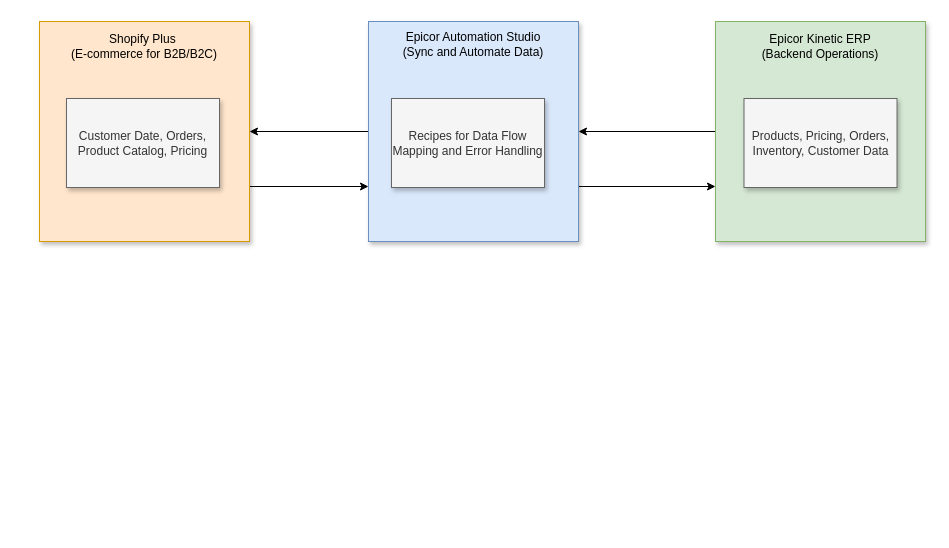
Before: Fluidra Project Diagrams.drawio in alexrsunrise/diagrams, a draw.io diagram. Source tidied: cells renumbered, new cells numbered last; positions are measured from the earlier drawing's top-left corner, leaving out a move shared by most shapes. Both pictures are drawn from the tidied source at 100%, with x=0, y=0 at pixel (39, 21). Pictures stored in the file or linked from it are replaced by grey dashed boxes.
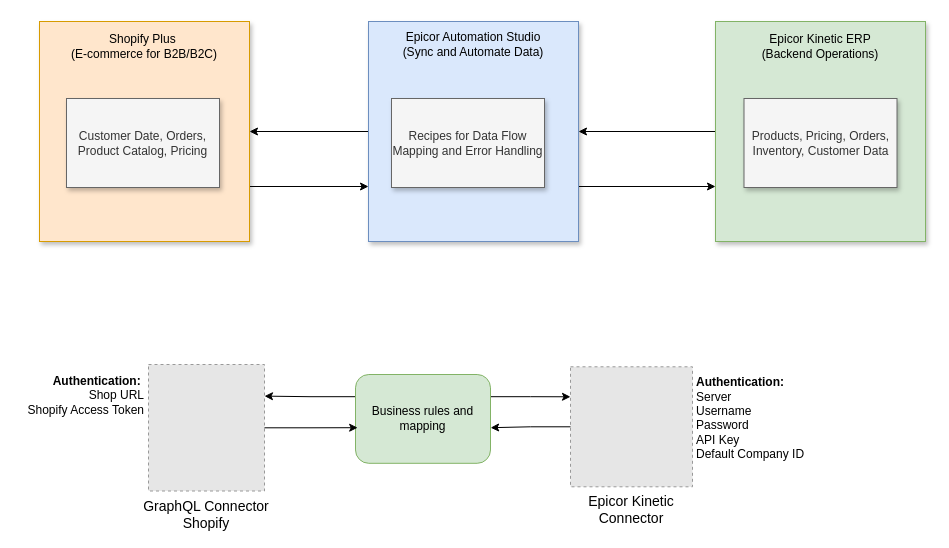
Above is the later version.

Change to the diagram source:
```diff
@@
+    <mxCell id="15" value="Epicor Kinetic&#10;Connector" style="fillColor=#E6E6E6;strokeColor=#999999;dashed=1;verticalLabelPosition=bottom;labelBackgroundColor=default;verticalAlign=top;fontSize=14;" parent="1" vertex="1">
+      <mxGeometry x="531" y="345.3" width="122" height="120" as="geometry" />
+    </mxCell>
+    <mxCell id="16" value="GraphQL Connector&#10;Shopify" style="fillColor=#E6E6E6;strokeColor=#999999;dashed=1;verticalLabelPosition=bottom;labelBackgroundColor=default;verticalAlign=top;fontSize=14;" parent="1" vertex="1">
+      <mxGeometry x="109" y="343" width="116" height="126.5" as="geometry" />
+    </mxCell>
+    <mxCell id="17" style="edgeStyle=orthogonalEdgeStyle;rounded=0;jettySize=auto;html=1;exitX=1;exitY=0.25;exitDx=0;exitDy=0;entryX=0;entryY=0.25;entryDx=0;entryDy=0;" parent="1" edge="1" source="19" target="15">
+      <mxGeometry relative="1" as="geometry" />
+    </mxCell>
+    <mxCell id="18" style="edgeStyle=orthogonalEdgeStyle;rounded=0;jettySize=auto;html=1;exitX=0;exitY=0.25;exitDx=0;exitDy=0;entryX=1;entryY=0.25;entryDx=0;entryDy=0;" parent="1" edge="1" source="19" target="16">
+      <mxGeometry relative="1" as="geometry" />
+    </mxCell>
+    <mxCell id="19" value="Business rules and mapping" style="rounded=1;whiteSpace=wrap;html=1;fillColor=#d5e8d4;strokeColor=#82b366;" parent="1" vertex="1">
+      <mxGeometry x="316" y="353" width="135" height="88.8" as="geometry" />
+    </mxCell>
+    <mxCell id="20" style="edgeStyle=orthogonalEdgeStyle;rounded=0;jettySize=auto;html=1;exitX=0;exitY=0.5;exitDx=0;exitDy=0;entryX=1.001;entryY=0.599;entryDx=0;entryDy=0;entryPerimeter=0;" parent="1" edge="1" source="15" target="19">
+      <mxGeometry relative="1" as="geometry" />
+    </mxCell>
+    <mxCell id="21" style="edgeStyle=orthogonalEdgeStyle;rounded=0;jettySize=auto;html=1;entryX=0.016;entryY=0.599;entryDx=0;entryDy=0;entryPerimeter=0;" parent="1" edge="1" source="16" target="19">
+      <mxGeometry relative="1" as="geometry" />
+    </mxCell>
+    <mxCell id="22" value="&lt;b&gt;Authentication:&lt;/b&gt;&amp;nbsp;&lt;div&gt;Shop URL&lt;div&gt;Shopify Access Token&lt;/div&gt;&lt;/div&gt;" style="text;html=1;align=right;verticalAlign=middle;whiteSpace=wrap;rounded=0;" parent="1" vertex="1">
+      <mxGeometry x="-22" y="350" width="129" height="48" as="geometry" />
+    </mxCell>
+    <mxCell id="23" value="&lt;b&gt;Authentication:&lt;/b&gt;&amp;nbsp;&lt;div&gt;Server&lt;/div&gt;&lt;div&gt;Username&lt;/div&gt;&lt;div&gt;Password&lt;/div&gt;&lt;div&gt;API Key&lt;/div&gt;&lt;div&gt;Default Company ID&lt;br&gt;&lt;div&gt;&lt;br&gt;&lt;/div&gt;&lt;/div&gt;" style="text;html=1;align=left;verticalAlign=middle;whiteSpace=wrap;rounded=0;" parent="1" vertex="1">
+      <mxGeometry x="655" y="356" width="129" height="96" as="geometry" />
+    </mxCell>
```
